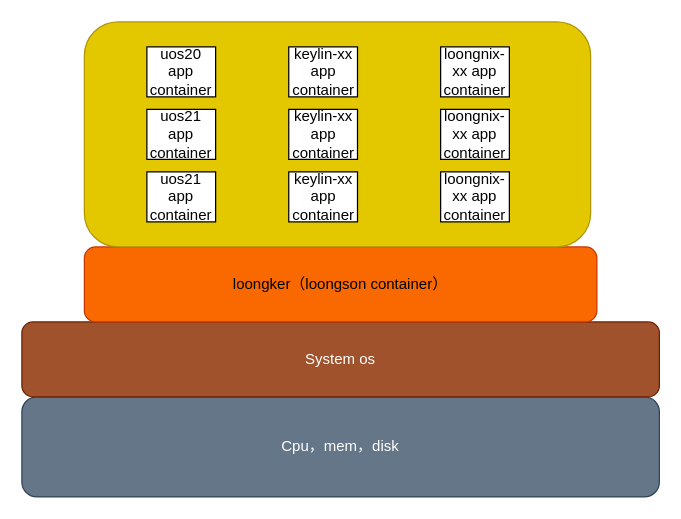
This is Untitled Diagram.drawio from Doorer/-, a draw.io file, before an edit. Source tidied: cells renumbered, new cells numbered last; positions are measured from the earlier drawing's top-left corner, leaving out a move shared by most shapes. Both pictures are drawn from the tidied source at 125%, with x=0, y=0 at pixel (21, 21).
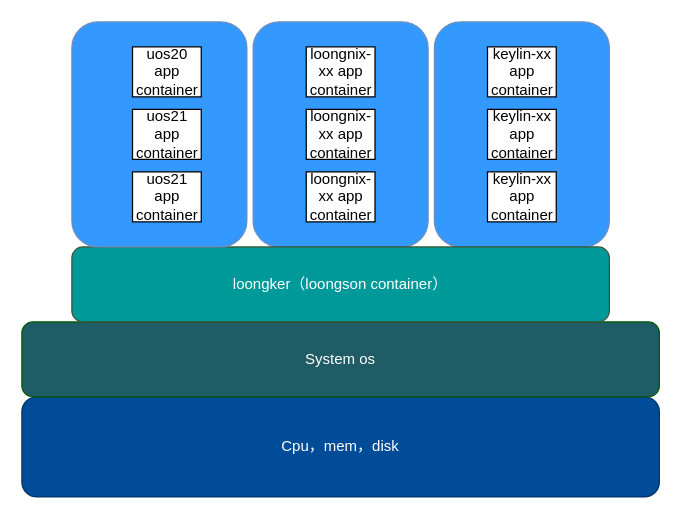
The same diagram, later.

Change to the diagram source:
```diff
@@
 <mxGraphModel>
   <root>
     <mxCell id="0" />
     <mxCell id="1" parent="0" />
+    <mxCell id="15" style="rounded=1;whiteSpace=wrap;html=1;fillColor=#3399FF;strokeColor=#6c8ebf;" parent="1" vertex="1">
+      <mxGeometry x="185" width="140" height="180" as="geometry" />
+    </mxCell>
+    <mxCell id="16" style="rounded=1;whiteSpace=wrap;html=1;fillColor=#3399FF;strokeColor=#6c8ebf;" parent="1" vertex="1">
+      <mxGeometry x="330" width="140" height="180" as="geometry" />
+    </mxCell>
-    <mxCell id="2" value="Cpu，mem，disk" style="rounded=1;whiteSpace=wrap;html=1;fillColor=#647687;strokeColor=#314354;fontColor=#ffffff;" parent="1" vertex="1">
+    <mxCell id="2" value="Cpu，mem，disk" style="rounded=1;whiteSpace=wrap;html=1;fillColor=#004C99;strokeColor=#003366;fontColor=#ffffff;" parent="1" vertex="1">
       <mxGeometry y="300" width="510" height="80" as="geometry" />
     </mxCell>
-    <mxCell id="3" value="System os" style="rounded=1;whiteSpace=wrap;html=1;fillColor=#a0522d;strokeColor=#6D1F00;fontColor=#ffffff;" parent="1" vertex="1">
+    <mxCell id="3" value="System os" style="rounded=1;whiteSpace=wrap;html=1;fillColor=#1F5C66;strokeColor=#005700;fontColor=#ffffff;" parent="1" vertex="1">
       <mxGeometry y="240" width="510" height="60" as="geometry" />
     </mxCell>
-    <mxCell id="4" value="loongker（loongson container）" style="rounded=1;whiteSpace=wrap;html=1;fillColor=#fa6800;strokeColor=#C73500;fontColor=#000000;" parent="1" vertex="1">
-      <mxGeometry x="50" y="180" width="410" height="60" as="geometry" />
+    <mxCell id="4" value="loongker（loongson container）" style="rounded=1;whiteSpace=wrap;html=1;fillColor=#009999;strokeColor=#3A5431;fontColor=#ffffff;" parent="1" vertex="1">
+      <mxGeometry x="40" y="180" width="430" height="60" as="geometry" />
     </mxCell>
-    <mxCell id="5" style="rounded=1;whiteSpace=wrap;html=1;fillColor=#e3c800;strokeColor=#B09500;fontColor=#000000;" parent="1" vertex="1">
-      <mxGeometry x="50" width="405" height="180" as="geometry" />
+    <mxCell id="5" style="rounded=1;whiteSpace=wrap;html=1;fillColor=#3399FF;strokeColor=#6c8ebf;" parent="1" vertex="1">
+      <mxGeometry x="40" width="140" height="180" as="geometry" />
     </mxCell>
     <mxCell id="6" value="uos20 app container" style="rounded=0;whiteSpace=wrap;html=1;" parent="1" vertex="1">
-      <mxGeometry x="100" y="20" width="55" height="40" as="geometry" />
+      <mxGeometry x="88.5" y="20" width="55" height="40" as="geometry" />
     </mxCell>
     <mxCell id="7" value="uos21 app container" style="rounded=0;whiteSpace=wrap;html=1;" parent="1" vertex="1">
-      <mxGeometry x="100" y="70" width="55" height="40" as="geometry" />
+      <mxGeometry x="88.5" y="70" width="55" height="40" as="geometry" />
     </mxCell>
     <mxCell id="8" value="uos21 app container" style="rounded=0;whiteSpace=wrap;html=1;" parent="1" vertex="1">
-      <mxGeometry x="100" y="120" width="55" height="40" as="geometry" />
+      <mxGeometry x="88.5" y="120" width="55" height="40" as="geometry" />
     </mxCell>
     <mxCell id="9" value="keylin-xx app container" style="rounded=0;whiteSpace=wrap;html=1;" parent="1" vertex="1">
-      <mxGeometry x="213.5" y="20" width="55" height="40" as="geometry" />
+      <mxGeometry x="372.5" y="20" width="55" height="40" as="geometry" />
     </mxCell>
     <mxCell id="10" value="keylin-xx app container" style="rounded=0;whiteSpace=wrap;html=1;" parent="1" vertex="1">
-      <mxGeometry x="213.5" y="70" width="55" height="40" as="geometry" />
+      <mxGeometry x="372.5" y="70" width="55" height="40" as="geometry" />
     </mxCell>
     <mxCell id="11" value="keylin-xx app container" style="rounded=0;whiteSpace=wrap;html=1;" parent="1" vertex="1">
-      <mxGeometry x="213.5" y="120" width="55" height="40" as="geometry" />
+      <mxGeometry x="372.5" y="120" width="55" height="40" as="geometry" />
     </mxCell>
     <mxCell id="12" value="loongnix-xx app container" style="rounded=0;whiteSpace=wrap;html=1;" parent="1" vertex="1">
-      <mxGeometry x="335" y="20" width="55" height="40" as="geometry" />
+      <mxGeometry x="227.5" y="20" width="55" height="40" as="geometry" />
     </mxCell>
     <mxCell id="13" value="loongnix-xx app container" style="rounded=0;whiteSpace=wrap;html=1;" parent="1" vertex="1">
-      <mxGeometry x="335" y="70" width="55" height="40" as="geometry" />
+      <mxGeometry x="227.5" y="70" width="55" height="40" as="geometry" />
     </mxCell>
     <mxCell id="14" value="loongnix-xx app container" style="rounded=0;whiteSpace=wrap;html=1;" parent="1" vertex="1">
-      <mxGeometry x="335" y="120" width="55" height="40" as="geometry" />
+      <mxGeometry x="227.5" y="120" width="55" height="40" as="geometry" />
     </mxCell>
   </root>
 </mxGraphModel>
```
